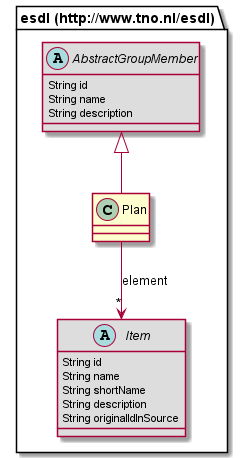
Above: 687474703a2f2f7777772e746e6f2e6e6c2f6573646c/Plan.png in EnergyTransition/energytransition.github.io (PlantUML), before the change.
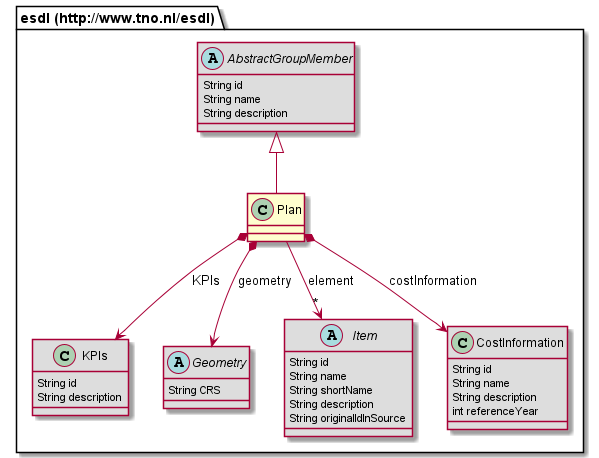
The same diagram one commit later.

Diff of the diagram source:
```diff
@@ -1,5 +1,17 @@
 @startuml
 class "esdl (http://www.tno.nl/esdl).Plan" [[#router/doc-content/687474703a2f2f7777772e746e6f2e6e6c2f6573646c/Plan.html{Plan (e.g. a policy plan) with references to its elements (assets, services, …)}]] {
+}
+abstract class "esdl (http://www.tno.nl/esdl).AbstractGroupMember" [[#router/doc-content/687474703a2f2f7777772e746e6f2e6e6c2f6573646c/AbstractGroupMember.html{An abstract class representing a member of a group}]] #DDDDDD {
+	String id
+	String name
+	String description
+}
+class "esdl (http://www.tno.nl/esdl).KPIs" [[#router/doc-content/687474703a2f2f7777772e746e6f2e6e6c2f6573646c/KPIs.html{Collection of key performance indicators of areas or assets}]] #DDDDDD {
+	String id
+	String description
+}
+abstract class "esdl (http://www.tno.nl/esdl).Geometry" [[#router/doc-content/687474703a2f2f7777772e746e6f2e6e6c2f6573646c/Geometry.html{Abstract class to define the shape/location of an asset or area. }]] #DDDDDD {
+	String CRS
 }
 abstract class "esdl (http://www.tno.nl/esdl).Item" [[#router/doc-content/687474703a2f2f7777772e746e6f2e6e6c2f6573646c/Item.html{Class describing an abstract thing in an energy system. }]] #DDDDDD {
 	String id
@@ -8,11 +20,15 @@
 	String description
 	String originalIdInSource
 }
-abstract class "esdl (http://www.tno.nl/esdl).AbstractGroupMember" [[#router/doc-content/687474703a2f2f7777772e746e6f2e6e6c2f6573646c/AbstractGroupMember.html{An abstract class representing a member of a group}]] #DDDDDD {
+class "esdl (http://www.tno.nl/esdl).CostInformation" [[#router/doc-content/687474703a2f2f7777772e746e6f2e6e6c2f6573646c/CostInformation.html{Describes the costs to acquire, install and maintain a certain asset.}]] #DDDDDD {
 	String id
 	String name
 	String description
+	int referenceYear
 }
 "esdl (http://www.tno.nl/esdl).AbstractGroupMember" <|-- "esdl (http://www.tno.nl/esdl).Plan"
 "esdl (http://www.tno.nl/esdl).Plan" --> "*" "esdl (http://www.tno.nl/esdl).Item" : element
+"esdl (http://www.tno.nl/esdl).Plan" *--> "esdl (http://www.tno.nl/esdl).Geometry" : geometry
+"esdl (http://www.tno.nl/esdl).Plan" *--> "esdl (http://www.tno.nl/esdl).KPIs" : KPIs
+"esdl (http://www.tno.nl/esdl).Plan" *--> "esdl (http://www.tno.nl/esdl).CostInformation" : costInformation
 @enduml
```
